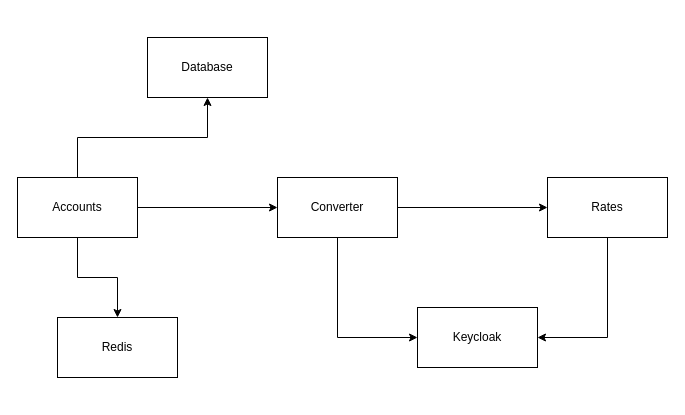
This is docs/components-structure.drawio from vl4ds4m/banking, a draw.io file, before an edit. Source tidied: cells renumbered, new cells numbered last; positions are measured from the earlier drawing's top-left corner, leaving out a move shared by most shapes. Both pictures are drawn from the tidied source at 100%, with x=0, y=0 at pixel (17, 37).
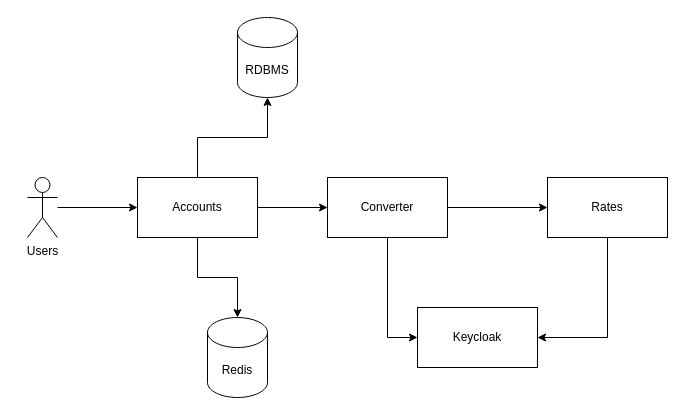
Above is the later version.

Change to the diagram source:
```diff
@@
 <mxGraphModel>
   <root>
     <mxCell id="0" />
     <mxCell id="1" parent="0" />
     <mxCell id="2" style="edgeStyle=orthogonalEdgeStyle;rounded=0;jettySize=auto;html=1;entryX=0;entryY=0.5;entryDx=0;entryDy=0;" parent="1" edge="1" source="5" target="8">
       <mxGeometry relative="1" as="geometry" />
     </mxCell>
-    <mxCell id="3" style="edgeStyle=orthogonalEdgeStyle;rounded=0;jettySize=auto;html=1;exitX=0.5;exitY=0;exitDx=0;exitDy=0;entryX=0.5;entryY=1;entryDx=0;entryDy=0;" parent="1" edge="1" source="5" target="12">
+    <mxCell id="3" style="edgeStyle=orthogonalEdgeStyle;rounded=0;jettySize=auto;html=1;exitX=0.5;exitY=0;exitDx=0;exitDy=0;entryX=0.5;entryY=1;entryDx=0;entryDy=0;entryPerimeter=0;" parent="1" edge="1" source="5" target="14">
       <mxGeometry relative="1" as="geometry" />
     </mxCell>
-    <mxCell id="4" style="edgeStyle=orthogonalEdgeStyle;rounded=0;jettySize=auto;html=1;exitX=0.5;exitY=1;exitDx=0;exitDy=0;entryX=0.5;entryY=0;entryDx=0;entryDy=0;" parent="1" edge="1" source="5" target="11">
+    <mxCell id="4" style="edgeStyle=orthogonalEdgeStyle;rounded=0;jettySize=auto;html=1;exitX=0.5;exitY=1;exitDx=0;exitDy=0;entryX=0.5;entryY=0;entryDx=0;entryDy=0;entryPerimeter=0;" parent="1" edge="1" source="5" target="11">
       <mxGeometry relative="1" as="geometry" />
     </mxCell>
     <mxCell id="5" value="Accounts" style="rounded=0;whiteSpace=wrap;html=1;" parent="1" vertex="1">
-      <mxGeometry y="140" width="120" height="60" as="geometry" />
+      <mxGeometry x="120" y="140" width="120" height="60" as="geometry" />
     </mxCell>
     <mxCell id="6" style="edgeStyle=orthogonalEdgeStyle;rounded=0;jettySize=auto;html=1;exitX=1;exitY=0.5;exitDx=0;exitDy=0;entryX=0;entryY=0.5;entryDx=0;entryDy=0;" parent="1" edge="1" source="8" target="10">
       <mxGeometry relative="1" as="geometry" />
     </mxCell>
     <mxCell id="7" style="edgeStyle=orthogonalEdgeStyle;rounded=0;jettySize=auto;html=1;exitX=0.5;exitY=1;exitDx=0;exitDy=0;entryX=0;entryY=0.5;entryDx=0;entryDy=0;" parent="1" edge="1" source="8" target="13">
       <mxGeometry relative="1" as="geometry" />
     </mxCell>
     <mxCell id="8" value="Converter" style="rounded=0;whiteSpace=wrap;html=1;" parent="1" vertex="1">
-      <mxGeometry x="260" y="140" width="120" height="60" as="geometry" />
+      <mxGeometry x="310" y="140" width="120" height="60" as="geometry" />
     </mxCell>
     <mxCell id="9" style="edgeStyle=orthogonalEdgeStyle;rounded=0;jettySize=auto;html=1;exitX=0.5;exitY=1;exitDx=0;exitDy=0;entryX=1;entryY=0.5;entryDx=0;entryDy=0;" parent="1" edge="1" source="10" target="13">
       <mxGeometry relative="1" as="geometry" />
     </mxCell>
     <mxCell id="10" value="Rates" style="rounded=0;whiteSpace=wrap;html=1;" parent="1" vertex="1">
       <mxGeometry x="530" y="140" width="120" height="60" as="geometry" />
     </mxCell>
+    <mxCell id="13" value="Keycloak" style="rounded=0;whiteSpace=wrap;html=1;" parent="1" vertex="1">
+      <mxGeometry x="400" y="270" width="120" height="60" as="geometry" />
+    </mxCell>
+    <mxCell id="14" value="RDBMS" style="shape=cylinder3;whiteSpace=wrap;html=1;boundedLbl=1;backgroundOutline=1;size=15;" parent="1" vertex="1">
+      <mxGeometry x="220" y="-20" width="60" height="80" as="geometry" />
+    </mxCell>
-    <mxCell id="11" value="Redis" style="rounded=0;whiteSpace=wrap;html=1;" parent="1" vertex="1">
-      <mxGeometry x="40" y="280" width="120" height="60" as="geometry" />
+    <mxCell id="11" value="Redis" style="shape=cylinder3;whiteSpace=wrap;html=1;boundedLbl=1;backgroundOutline=1;size=15;" parent="1" vertex="1">
+      <mxGeometry x="190" y="280" width="60" height="80" as="geometry" />
     </mxCell>
-    <mxCell id="12" value="Database" style="rounded=0;whiteSpace=wrap;html=1;" parent="1" vertex="1">
-      <mxGeometry x="130" width="120" height="60" as="geometry" />
-    </mxCell>
-    <mxCell id="13" value="Keycloak" style="rounded=0;whiteSpace=wrap;html=1;" parent="1" vertex="1">
-      <mxGeometry x="400" y="270" width="120" height="60" as="geometry" />
-    </mxCell>
+    <mxCell id="15" style="edgeStyle=orthogonalEdgeStyle;rounded=0;jettySize=auto;html=1;" parent="1" edge="1" source="16" target="5">
+      <mxGeometry relative="1" as="geometry" />
+    </mxCell>
+    <mxCell id="16" value="Users" style="shape=umlActor;verticalLabelPosition=bottom;verticalAlign=top;html=1;outlineConnect=0;" parent="1" vertex="1">
+      <mxGeometry x="10" y="140" width="30" height="60" as="geometry" />
+    </mxCell>
   </root>
 </mxGraphModel>
```
